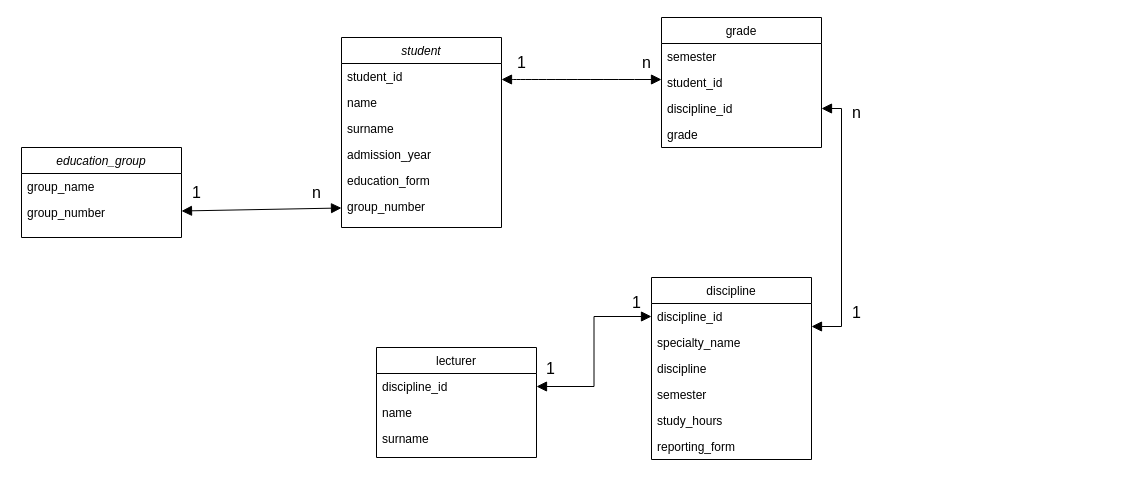
flouressaint/myDiagrams keeps this draw.io diagram as db_final.drawio. Above is the earlier version. Source tidied: cells renumbered, new cells numbered last; positions are measured from the earlier drawing's top-left corner, leaving out a move shared by most shapes. Both pictures are drawn from the tidied source at 100%, with x=0, y=0 at pixel (21, 17).
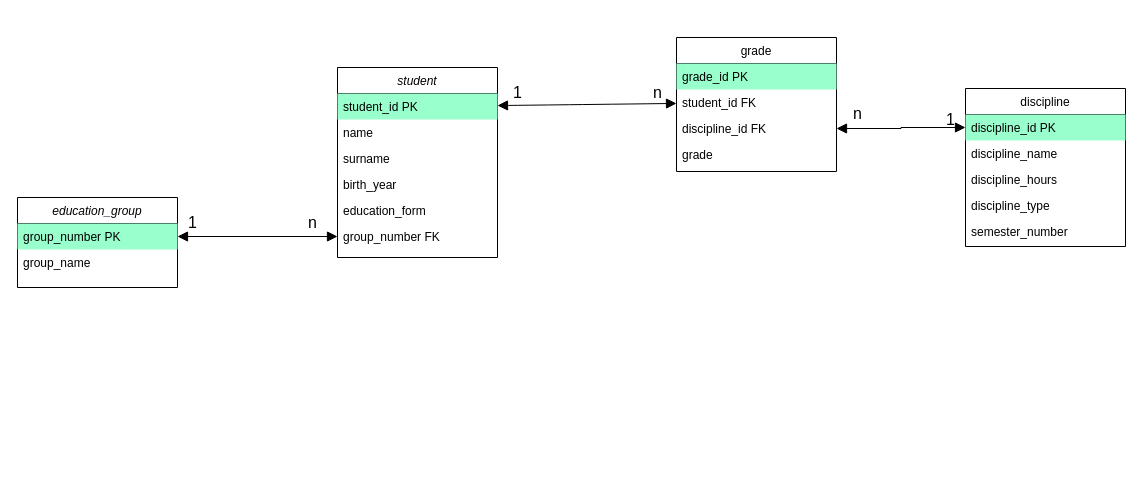
The same diagram, later.

Diff of the diagram source:
```diff
@@
     <mxCell id="2" value="student" style="swimlane;fontStyle=2;align=center;verticalAlign=top;horizontal=1;startSize=26;rounded=0;shadow=0;strokeWidth=1;" parent="1" vertex="1">
-      <mxGeometry x="320" y="20" width="160" height="190" as="geometry" />
+      <mxGeometry x="316" y="50" width="160" height="190" as="geometry" />
     </mxCell>
-    <mxCell id="3" value="student_id" style="text;align=left;verticalAlign=top;spacingLeft=4;spacingRight=4;overflow=hidden;points=[[0,0.5],[1,0.5]];portConstraint=eastwest;" parent="2" vertex="1">
+    <mxCell id="3" value="student_id PK" style="text;align=left;verticalAlign=top;spacingLeft=4;spacingRight=4;overflow=hidden;points=[[0,0.5],[1,0.5]];portConstraint=eastwest;fillColor=#99FFCC;" parent="2" vertex="1">
       <mxGeometry y="26" width="160" height="26" as="geometry" />
     </mxCell>
@@
-    <mxCell id="6" value="admission_year" style="text;align=left;verticalAlign=top;spacingLeft=4;spacingRight=4;overflow=hidden;rounded=0;shadow=0;html=0;" parent="2" vertex="1">
+    <mxCell id="6" value="birth_year" style="text;align=left;verticalAlign=top;spacingLeft=4;spacingRight=4;overflow=hidden;rounded=0;shadow=0;html=0;" parent="2" vertex="1">
       <mxGeometry y="104" width="160" height="26" as="geometry" />
     </mxCell>
@@
-    <mxCell id="8" value="group_number" style="text;align=left;verticalAlign=top;spacingLeft=4;spacingRight=4;overflow=hidden;points=[[0,0.5],[1,0.5]];portConstraint=eastwest;rounded=0;shadow=0;html=0;" parent="2" vertex="1">
+    <mxCell id="8" value="group_number FK" style="text;align=left;verticalAlign=top;spacingLeft=4;spacingRight=4;overflow=hidden;points=[[0,0.5],[1,0.5]];portConstraint=eastwest;rounded=0;shadow=0;html=0;" parent="2" vertex="1">
       <mxGeometry y="156" width="160" height="26" as="geometry" />
     </mxCell>
     <mxCell id="9" value="discipline" style="swimlane;fontStyle=0;align=center;verticalAlign=top;horizontal=1;startSize=26;rounded=0;shadow=0;strokeWidth=1;" parent="1" vertex="1">
-      <mxGeometry x="630" y="260" width="160" height="182" as="geometry" />
+      <mxGeometry x="944" y="71" width="160" height="158" as="geometry" />
     </mxCell>
-    <mxCell id="10" value="discipline_id" style="text;align=left;verticalAlign=top;spacingLeft=4;spacingRight=4;overflow=hidden;points=[[0,0.5],[1,0.5]];portConstraint=eastwest;" parent="9" vertex="1">
+    <mxCell id="10" value="discipline_id PK" style="text;align=left;verticalAlign=top;spacingLeft=4;spacingRight=4;overflow=hidden;points=[[0,0.5],[1,0.5]];portConstraint=eastwest;fillColor=#99FFCC;" parent="9" vertex="1">
       <mxGeometry y="26" width="160" height="26" as="geometry" />
     </mxCell>
-    <mxCell id="11" value="specialty_name" style="text;align=left;verticalAlign=top;spacingLeft=4;spacingRight=4;overflow=hidden;" parent="9" vertex="1">
+    <mxCell id="11" value="discipline_name" style="text;align=left;verticalAlign=top;spacingLeft=4;spacingRight=4;overflow=hidden;" parent="9" vertex="1">
       <mxGeometry y="52" width="160" height="26" as="geometry" />
     </mxCell>
-    <mxCell id="12" value="discipline" style="text;align=left;verticalAlign=top;spacingLeft=4;spacingRight=4;overflow=hidden;rounded=0;shadow=0;html=0;" parent="9" vertex="1">
+    <mxCell id="12" value="discipline_hours" style="text;align=left;verticalAlign=top;spacingLeft=4;spacingRight=4;overflow=hidden;rounded=0;shadow=0;html=0;" parent="9" vertex="1">
       <mxGeometry y="78" width="160" height="26" as="geometry" />
     </mxCell>
-    <mxCell id="13" value="semester" style="text;align=left;verticalAlign=top;spacingLeft=4;spacingRight=4;overflow=hidden;rounded=0;shadow=0;html=0;" parent="9" vertex="1">
+    <mxCell id="13" value="discipline_type" style="text;align=left;verticalAlign=top;spacingLeft=4;spacingRight=4;overflow=hidden;rounded=0;shadow=0;html=0;" parent="9" vertex="1">
       <mxGeometry y="104" width="160" height="26" as="geometry" />
     </mxCell>
-    <mxCell id="14" value="study_hours" style="text;align=left;verticalAlign=top;spacingLeft=4;spacingRight=4;overflow=hidden;rounded=0;shadow=0;html=0;" parent="9" vertex="1">
+    <mxCell id="14" value="semester_number" style="text;align=left;verticalAlign=top;spacingLeft=4;spacingRight=4;overflow=hidden;rounded=0;shadow=0;html=0;" parent="9" vertex="1">
       <mxGeometry y="130" width="160" height="26" as="geometry" />
     </mxCell>
-    <mxCell id="15" value="reporting_form" style="text;align=left;verticalAlign=top;spacingLeft=4;spacingRight=4;overflow=hidden;rounded=0;shadow=0;html=0;" parent="9" vertex="1">
-      <mxGeometry y="156" width="160" height="26" as="geometry" />
-    </mxCell>
     <mxCell id="16" value="education_group" style="swimlane;fontStyle=2;align=center;verticalAlign=top;horizontal=1;startSize=26;rounded=0;shadow=0;strokeWidth=1;" parent="1" vertex="1">
-      <mxGeometry y="130" width="160" height="90" as="geometry" />
+      <mxGeometry x="-4" y="180" width="160" height="90" as="geometry" />
     </mxCell>
+    <mxCell id="18" value="group_number PK" style="text;align=left;verticalAlign=top;spacingLeft=4;spacingRight=4;overflow=hidden;points=[[0,0.5],[1,0.5]];portConstraint=eastwest;rounded=0;shadow=0;html=0;fillColor=#99FFCC;" parent="16" vertex="1">
+      <mxGeometry y="26" width="160" height="26" as="geometry" />
+    </mxCell>
     <mxCell id="17" value="group_name" style="text;align=left;verticalAlign=top;spacingLeft=4;spacingRight=4;overflow=hidden;rounded=0;shadow=0;html=0;" parent="16" vertex="1">
-      <mxGeometry y="26" width="160" height="26" as="geometry" />
+      <mxGeometry y="52" width="160" height="26" as="geometry" />
     </mxCell>
-    <mxCell id="18" value="group_number" style="text;align=left;verticalAlign=top;spacingLeft=4;spacingRight=4;overflow=hidden;points=[[0,0.5],[1,0.5]];portConstraint=eastwest;rounded=0;shadow=0;html=0;" parent="16" vertex="1">
-      <mxGeometry y="52" width="160" height="26" as="geometry" />
-    </mxCell>
     <mxCell id="19" value="grade" style="swimlane;fontStyle=0;align=center;verticalAlign=top;horizontal=1;startSize=26;rounded=0;shadow=0;strokeWidth=1;" parent="1" vertex="1">
-      <mxGeometry x="640" width="160" height="130" as="geometry" />
+      <mxGeometry x="655" y="20" width="160" height="134" as="geometry" />
     </mxCell>
-    <mxCell id="20" value="semester" style="text;align=left;verticalAlign=top;spacingLeft=4;spacingRight=4;overflow=hidden;" parent="19" vertex="1">
-      <mxGeometry y="26" width="160" height="26" as="geometry" />
-    </mxCell>
+    <mxCell id="40" value="grade_id PK" style="text;align=left;verticalAlign=top;spacingLeft=4;spacingRight=4;overflow=hidden;rounded=0;shadow=0;html=0;fillColor=#99FFCC;" parent="19" vertex="1">
+      <mxGeometry y="26" width="160" height="26" as="geometry" />
+    </mxCell>
-    <mxCell id="21" value="student_id" style="text;align=left;verticalAlign=top;spacingLeft=4;spacingRight=4;overflow=hidden;points=[[0,0.5],[1,0.5]];portConstraint=eastwest;rounded=0;shadow=0;html=0;" parent="19" vertex="1">
+    <mxCell id="21" value="student_id FK" style="text;align=left;verticalAlign=top;spacingLeft=4;spacingRight=4;overflow=hidden;points=[[0,0.5],[1,0.5]];portConstraint=eastwest;rounded=0;shadow=0;html=0;" parent="19" vertex="1">
       <mxGeometry y="52" width="160" height="26" as="geometry" />
     </mxCell>
-    <mxCell id="22" value="discipline_id" style="text;align=left;verticalAlign=top;spacingLeft=4;spacingRight=4;overflow=hidden;points=[[0,0.5],[1,0.5]];portConstraint=eastwest;rounded=0;shadow=0;html=0;" parent="19" vertex="1">
+    <mxCell id="22" value="discipline_id FK" style="text;align=left;verticalAlign=top;spacingLeft=4;spacingRight=4;overflow=hidden;points=[[0,0.5],[1,0.5]];portConstraint=eastwest;rounded=0;shadow=0;html=0;" parent="19" vertex="1">
       <mxGeometry y="78" width="160" height="26" as="geometry" />
     </mxCell>
@@
     <mxCell id="25" value="1" style="text;html=1;align=center;verticalAlign=middle;strokeColor=none;fillColor=none;fontSize=16;" parent="1" vertex="1">
-      <mxGeometry x="160" y="160" width="30" height="30" as="geometry" />
+      <mxGeometry x="156" y="190" width="30" height="30" as="geometry" />
     </mxCell>
     <mxCell id="26" value="n" style="text;html=1;align=center;verticalAlign=middle;strokeColor=none;fillColor=none;fontSize=16;" parent="1" vertex="1">
-      <mxGeometry x="280" y="160" width="30" height="30" as="geometry" />
+      <mxGeometry x="276" y="190" width="30" height="30" as="geometry" />
     </mxCell>
-    <mxCell id="27" style="endArrow=block;startArrow=block;endFill=1;startFill=1;html=1;rounded=0;fontSize=12;startSize=8;endSize=8;curved=1;" parent="1" edge="1">
-      <mxGeometry relative="1" as="geometry">
-        <mxPoint x="480" y="62" as="sourcePoint" />
-        <mxPoint x="640" y="62" as="targetPoint" />
-      </mxGeometry>
+    <mxCell id="27" style="endArrow=block;startArrow=block;endFill=1;startFill=1;html=1;rounded=0;fontSize=12;startSize=8;endSize=8;curved=1;" parent="1" edge="1" source="3" target="21">
+      <mxGeometry relative="1" as="geometry" />
     </mxCell>
     <mxCell id="28" value="1" style="text;html=1;align=center;verticalAlign=middle;strokeColor=none;fillColor=none;fontSize=16;" parent="1" vertex="1">
-      <mxGeometry x="485" y="30" width="30" height="30" as="geometry" />
+      <mxGeometry x="481" y="60" width="30" height="30" as="geometry" />
     </mxCell>
     <mxCell id="29" value="n" style="text;html=1;align=center;verticalAlign=middle;strokeColor=none;fillColor=none;fontSize=16;" parent="1" vertex="1">
-      <mxGeometry x="610" y="30" width="30" height="30" as="geometry" />
+      <mxGeometry x="621" y="60" width="30" height="30" as="geometry" />
     </mxCell>
-    <mxCell id="30" style="endArrow=block;startArrow=block;endFill=1;startFill=1;html=1;rounded=0;fontSize=12;startSize=8;endSize=8;edgeStyle=orthogonalEdgeStyle;elbow=vertical;" parent="1" edge="1" source="22" target="10">
-      <mxGeometry relative="1" as="geometry">
-        <Array as="points">
-          <mxPoint x="820" y="91" />
-          <mxPoint x="820" y="309" />
-        </Array>
-      </mxGeometry>
-    </mxCell>
     <mxCell id="31" value="1" style="text;html=1;align=center;verticalAlign=middle;strokeColor=none;fillColor=none;fontSize=16;" parent="1" vertex="1">
-      <mxGeometry x="820" y="280" width="30" height="30" as="geometry" />
+      <mxGeometry x="914" y="87" width="30" height="30" as="geometry" />
     </mxCell>
     <mxCell id="32" value="n" style="text;html=1;align=center;verticalAlign=middle;strokeColor=none;fillColor=none;fontSize=16;" parent="1" vertex="1">
-      <mxGeometry x="820" y="80" width="30" height="30" as="geometry" />
+      <mxGeometry x="821" y="81" width="30" height="30" as="geometry" />
     </mxCell>
-    <mxCell id="33" value="lecturer" style="swimlane;fontStyle=0;align=center;verticalAlign=top;horizontal=1;startSize=26;rounded=0;shadow=0;strokeWidth=1;" parent="1" vertex="1">
-      <mxGeometry x="355" y="330" width="160" height="110" as="geometry" />
-    </mxCell>
-    <mxCell id="34" value="discipline_id" style="text;align=left;verticalAlign=top;spacingLeft=4;spacingRight=4;overflow=hidden;points=[[0,0.5],[1,0.5]];portConstraint=eastwest;" parent="33" vertex="1">
-      <mxGeometry y="26" width="160" height="26" as="geometry" />
-    </mxCell>
-    <mxCell id="35" value="name" style="text;align=left;verticalAlign=top;spacingLeft=4;spacingRight=4;overflow=hidden;rounded=0;shadow=0;html=0;" parent="33" vertex="1">
-      <mxGeometry y="52" width="160" height="26" as="geometry" />
-    </mxCell>
-    <mxCell id="36" value="surname" style="text;align=left;verticalAlign=top;spacingLeft=4;spacingRight=4;overflow=hidden;rounded=0;shadow=0;html=0;" parent="33" vertex="1">
-      <mxGeometry y="78" width="160" height="26" as="geometry" />
-    </mxCell>
-    <mxCell id="37" style="endArrow=block;startArrow=block;endFill=1;startFill=1;html=1;rounded=0;fontSize=12;startSize=8;endSize=8;edgeStyle=orthogonalEdgeStyle;" parent="1" edge="1" source="34" target="10">
-      <mxGeometry relative="1" as="geometry" />
-    </mxCell>
-    <mxCell id="38" value="1" style="text;html=1;align=center;verticalAlign=middle;strokeColor=none;fillColor=none;fontSize=16;" parent="1" vertex="1">
-      <mxGeometry x="514" y="336" width="30" height="30" as="geometry" />
-    </mxCell>
-    <mxCell id="39" value="1" style="text;html=1;align=center;verticalAlign=middle;strokeColor=none;fillColor=none;fontSize=16;" parent="1" vertex="1">
-      <mxGeometry x="600" y="270" width="30" height="30" as="geometry" />
-    </mxCell>
+    <mxCell id="30" style="endArrow=block;startArrow=block;endFill=1;startFill=1;html=1;rounded=0;fontSize=12;startSize=8;endSize=8;edgeStyle=orthogonalEdgeStyle;" parent="1" edge="1" source="22" target="10">
+      <mxGeometry relative="1" as="geometry" />
+    </mxCell>
```
